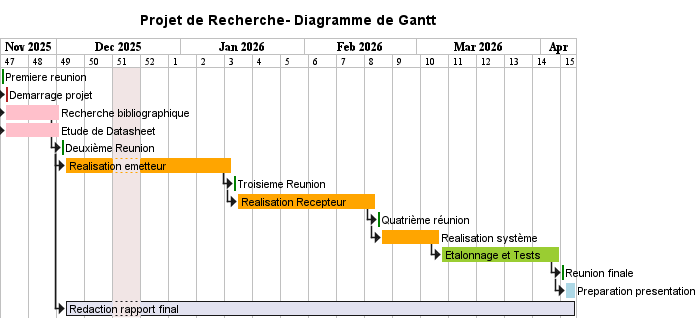
Above: docs/uml_files/diagramme_gantt_week.png in dibreyjonatan/Projet_de_Recherche_TPMS (PlantUML), before the change. Source of this version:
```plantuml
@startgantt
Title Projet de Recherche- Diagramme de Gantt

projectscale weekly
project starts the 2025-11-17

2025-12-15 to 2025-12-21 is closed
[Premiere reunion] requires 1 days
[Premiere reunion] is colored in GreenYellow/Green

[Demarrage projet] requires 1 days
[Demarrage projet] starts at [Premiere reunion]'s end
[Demarrage projet] is colored in Fuchsia/FireBrick

[Recherche bibliographique] requires 14 days
[Recherche bibliographique] starts at [Demarrage projet]'s start
[Recherche bibliographique] is colored in pink

[Etude de Datasheet] requires 14 days
[Etude de Datasheet] starts at [Demarrage projet]'s start
[Etude de Datasheet] is colored in pink


[Deuxième Reunion] requires 1 days
[Deuxième Reunion] starts at [Recherche bibliographique]'s end
[Deuxième Reunion] is colored in green
[Realisation emetteur] requires 35 days
[Realisation emetteur] starts at [Deuxième Reunion]'s end
[Realisation emetteur] is colored in orange
[Troisieme Reunion] requires 1 days
[Troisieme Reunion] starts at [Realisation emetteur]'s end
[Troisieme Reunion] is colored in green

[Realisation Recepteur] requires 35 days
[Realisation Recepteur] starts at [Troisieme Reunion]'s end
[Realisation Recepteur] is colored in orange


[Quatrième réunion] requires 1 days
[Quatrième réunion] starts at [Realisation Recepteur]'s end
[Quatrième réunion] is colored in green

[Realisation système] requires 15 days
[Realisation système] starts at [Quatrième réunion]'s end
[Realisation système] is colored in orange

[Etalonnage et Tests] requires 30 days
[Etalonnage et Tests] starts at [Realisation système]'s end
[Etalonnage et Tests] is colored in YellowGreen

[Reunion finale] requires 1 days
[Reunion finale] starts at [Etalonnage et Tests]'s end
[Reunion finale] is colored in green

[Preparation presentation] requires 3 days
[Preparation presentation] starts at [Reunion finale]'s end
[Preparation presentation] is colored in LightBlue

[Redaction rapport final] requires 121 days
[Redaction rapport final] starts at [Deuxième Reunion]'s end


hide footbox
@endgantt
```
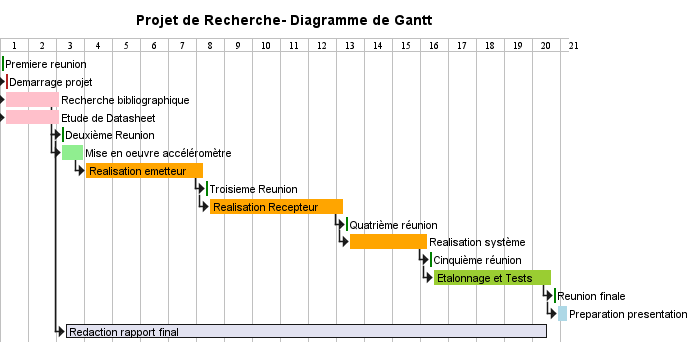
After the commit.

Commit message:
Correction du diagramme de gantt

Change to the diagram source:
```diff
@@ -2,7 +2,6 @@
 Title Projet de Recherche- Diagramme de Gantt
 
 projectscale weekly
-project starts the 2025-11-17
 
 2025-12-15 to 2025-12-21 is closed
 [Premiere reunion] requires 1 days
@@ -24,14 +23,19 @@
 [Deuxième Reunion] requires 1 days
 [Deuxième Reunion] starts at [Recherche bibliographique]'s end
 [Deuxième Reunion] is colored in green
-[Realisation emetteur] requires 35 days
-[Realisation emetteur] starts at [Deuxième Reunion]'s end
+
+
+[Mise en oeuvre accéléromètre ] requires 6 days
+[Mise en oeuvre accéléromètre ] starts at [Deuxième Reunion]'s start
+[Mise en oeuvre accéléromètre ] is colored in lightgreen
+[Realisation emetteur] requires 30 days
+[Realisation emetteur] starts at [Mise en oeuvre accéléromètre ]'s end
 [Realisation emetteur] is colored in orange
 [Troisieme Reunion] requires 1 days
 [Troisieme Reunion] starts at [Realisation emetteur]'s end
 [Troisieme Reunion] is colored in green
 
-[Realisation Recepteur] requires 35 days
+[Realisation Recepteur] requires 34 days
 [Realisation Recepteur] starts at [Troisieme Reunion]'s end
 [Realisation Recepteur] is colored in orange
 
@@ -40,12 +44,19 @@
 [Quatrième réunion] starts at [Realisation Recepteur]'s end
 [Quatrième réunion] is colored in green
 
-[Realisation système] requires 15 days
+[Realisation système] requires 20 days
 [Realisation système] starts at [Quatrième réunion]'s end
 [Realisation système] is colored in orange
 
+
+
+[Cinquième réunion] requires 1 days
+[Cinquième réunion] starts at [Realisation système]'s end
+[Cinquième réunion] is colored in green
+
+
 [Etalonnage et Tests] requires 30 days
-[Etalonnage et Tests] starts at [Realisation système]'s end
+[Etalonnage et Tests] starts at [Cinquième réunion]'s end
 [Etalonnage et Tests] is colored in YellowGreen
 
 [Reunion finale] requires 1 days
```
